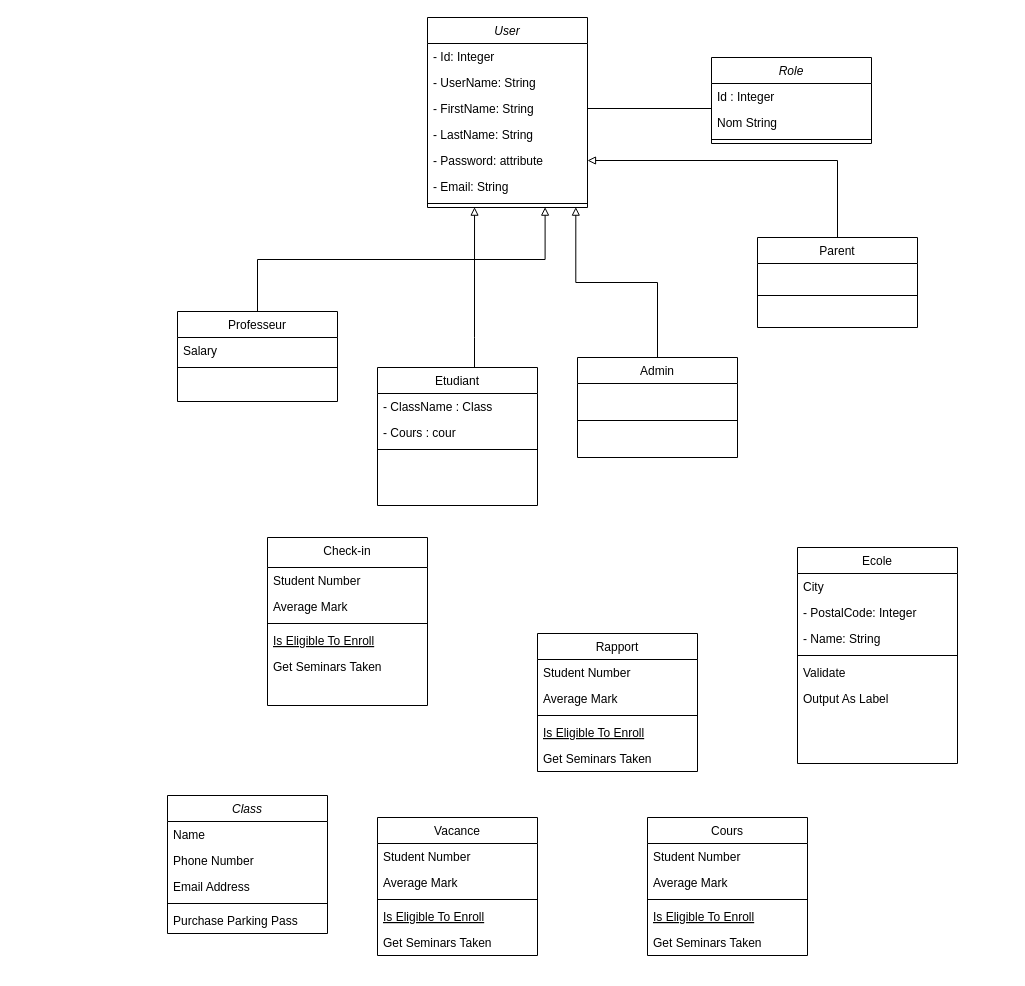
This is Untitled Diagram.drawio from Ossama1994/Fill_Rouge_2-me_Ann-e, a draw.io file, before an edit. Source tidied: cells renumbered, new cells numbered last; positions are measured from the earlier drawing's top-left corner, leaving out a move shared by most shapes. Both pictures are drawn from the tidied source at 100%, with x=0, y=0 at pixel (167, 17).
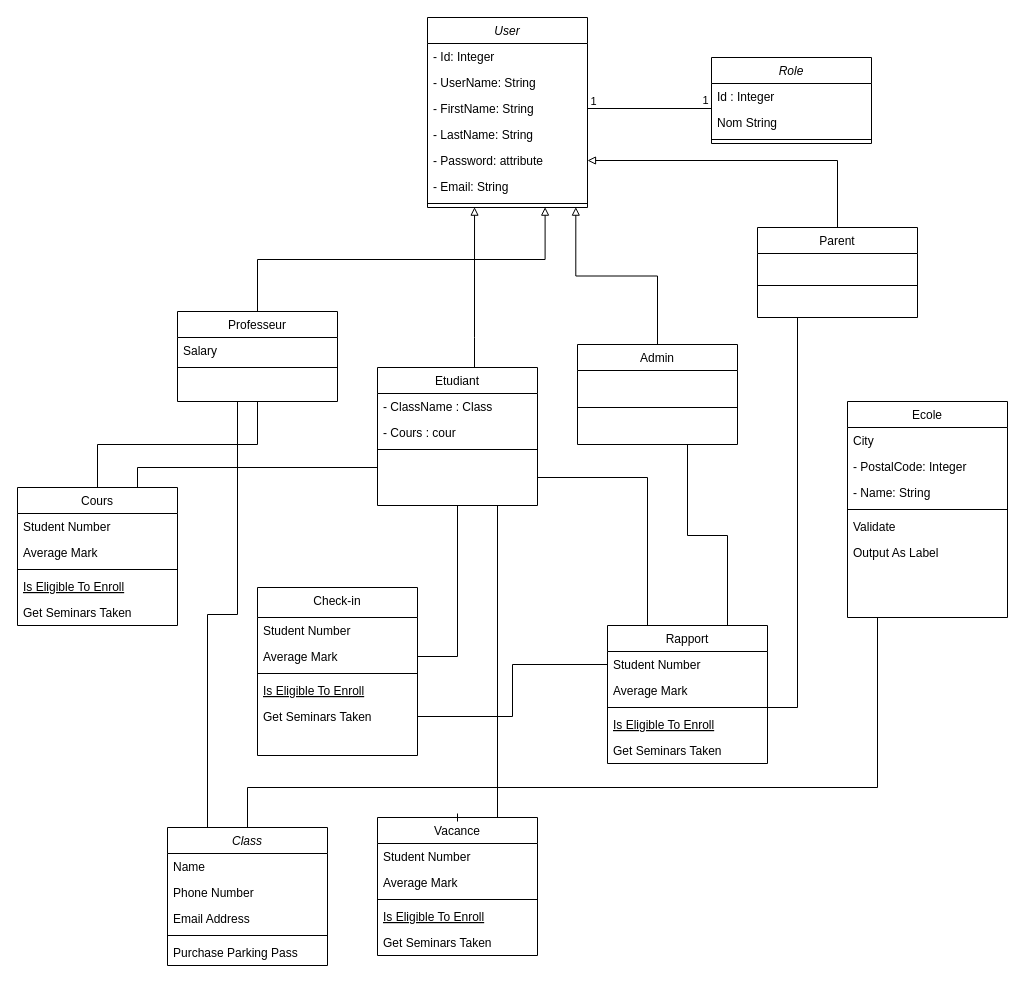
The same page after the edit.

Unchanged cells that the change refers to:
```xml
<mxCell id="9" value="Etudiant" style="swimlane;fontStyle=0;align=center;verticalAlign=top;horizontal=1;startSize=26;rounded=0;shadow=0;strokeWidth=1;" parent="1" vertex="1">
  <mxGeometry x="210" y="350" width="160" height="138" as="geometry" />
</mxCell>
<mxCell id="14" value="Professeur" style="swimlane;fontStyle=0;align=center;verticalAlign=top;horizontal=1;startSize=26;rounded=0;shadow=0;strokeWidth=1;" parent="1" vertex="1">
  <mxGeometry x="10" y="294" width="160" height="90" as="geometry" />
</mxCell>
<mxCell id="31" value="Student Number" style="text;align=left;verticalAlign=top;spacingLeft=4;spacingRight=4;overflow=hidden;points=[[0,0.5],[1,0.5]];portConstraint=eastwest;" parent="30" vertex="1">
  <mxGeometry y="26" width="160" height="26" as="geometry" />
</mxCell>
<mxCell id="33" style="line;html=1;strokeWidth=1;align=left;verticalAlign=middle;spacingTop=-1;spacingLeft=3;spacingRight=3;labelPosition=right;points=[];portConstraint=eastwest;" parent="30" vertex="1">
  <mxGeometry y="78" width="160" height="8" as="geometry" />
</mxCell>
<mxCell id="36" value="Vacance" style="swimlane;fontStyle=0;align=center;verticalAlign=top;horizontal=1;startSize=26;rounded=0;shadow=0;strokeWidth=1;" parent="1" vertex="1">
  <mxGeometry x="210" y="800" width="160" height="138" as="geometry" />
</mxCell>
<mxCell id="56" style="edgeStyle=elbowEdgeStyle;rounded=0;jettySize=auto;html=1;entryX=1;entryY=0.5;entryDx=0;entryDy=0;endArrow=baseDash;endFill=0;elbow=vertical;jumpStyle=line;" parent="1" edge="1" source="57" target="45">
  <mxGeometry relative="1" as="geometry" />
</mxCell>
<mxCell id="63" value="Average Mark" style="text;align=left;verticalAlign=top;spacingLeft=4;spacingRight=4;overflow=hidden;points=[[0,0.5],[1,0.5]];portConstraint=eastwest;rounded=0;shadow=0;html=0;" parent="61" vertex="1">
  <mxGeometry y="56" width="160" height="26" as="geometry" />
</mxCell>
<mxCell id="66" value="Get Seminars Taken" style="text;align=left;verticalAlign=top;spacingLeft=4;spacingRight=4;overflow=hidden;points=[[0,0.5],[1,0.5]];portConstraint=eastwest;" parent="61" vertex="1">
  <mxGeometry y="116" width="160" height="26" as="geometry" />
</mxCell>
```

What changed in the source:
```diff
@@
     <mxCell id="2" value="Class" style="swimlane;fontStyle=2;align=center;verticalAlign=top;horizontal=1;startSize=26;rounded=0;shadow=0;strokeWidth=1;" parent="1" vertex="1">
-      <mxGeometry y="778" width="160" height="138" as="geometry" />
+      <mxGeometry y="810" width="160" height="138" as="geometry" />
     </mxCell>
@@
+    <mxCell id="67" style="edgeStyle=orthogonalEdgeStyle;rounded=0;jettySize=auto;html=1;endArrow=baseDash;endFill=0;" parent="1" edge="1" source="9" target="63">
+      <mxGeometry relative="1" as="geometry" />
+    </mxCell>
+    <mxCell id="68" style="edgeStyle=orthogonalEdgeStyle;rounded=0;jettySize=auto;html=1;entryX=0.75;entryY=0;entryDx=0;entryDy=0;endArrow=baseDash;endFill=0;" parent="1" edge="1" source="9" target="24">
+      <mxGeometry relative="1" as="geometry">
+        <Array as="points">
+          <mxPoint x="-30" y="450" />
+        </Array>
+      </mxGeometry>
+    </mxCell>
+    <mxCell id="69" style="edgeStyle=orthogonalEdgeStyle;rounded=0;jettySize=auto;html=1;entryX=0.25;entryY=0;entryDx=0;entryDy=0;endArrow=baseDash;endFill=0;" parent="1" edge="1" source="9" target="30">
+      <mxGeometry relative="1" as="geometry">
+        <Array as="points">
+          <mxPoint x="480" y="460" />
+        </Array>
+      </mxGeometry>
+    </mxCell>
@@
+    <mxCell id="70" style="edgeStyle=orthogonalEdgeStyle;rounded=0;jettySize=auto;html=1;entryX=0.5;entryY=0;entryDx=0;entryDy=0;endArrow=baseDash;endFill=0;" parent="1" edge="1" source="14" target="24">
+      <mxGeometry relative="1" as="geometry" />
+    </mxCell>
+    <mxCell id="71" style="edgeStyle=orthogonalEdgeStyle;rounded=0;jettySize=auto;html=1;entryX=0.25;entryY=0;entryDx=0;entryDy=0;endArrow=baseDash;endFill=0;" parent="1" edge="1" source="14" target="2">
+      <mxGeometry relative="1" as="geometry">
+        <Array as="points">
+          <mxPoint x="70" y="597" />
+          <mxPoint x="40" y="597" />
+        </Array>
+      </mxGeometry>
+    </mxCell>
@@
+    <mxCell id="72" style="edgeStyle=orthogonalEdgeStyle;rounded=0;jettySize=auto;html=1;endArrow=baseDash;endFill=0;" parent="1" edge="1" source="17" target="2">
+      <mxGeometry relative="1" as="geometry">
+        <Array as="points">
+          <mxPoint x="710" y="770" />
+          <mxPoint x="80" y="770" />
+        </Array>
+      </mxGeometry>
+    </mxCell>
     <mxCell id="17" value="Ecole" style="swimlane;fontStyle=0;align=center;verticalAlign=top;horizontal=1;startSize=26;rounded=0;shadow=0;strokeWidth=1;" parent="1" vertex="1">
-      <mxGeometry x="630" y="530" width="160" height="216" as="geometry" />
+      <mxGeometry x="680" y="384" width="160" height="216" as="geometry" />
     </mxCell>
@@
     <mxCell id="24" value="Cours" style="swimlane;fontStyle=0;align=center;verticalAlign=top;horizontal=1;startSize=26;rounded=0;shadow=0;strokeWidth=1;" parent="1" vertex="1">
-      <mxGeometry x="480" y="800" width="160" height="138" as="geometry" />
+      <mxGeometry x="-150" y="470" width="160" height="138" as="geometry" />
     </mxCell>
@@
     <mxCell id="30" value="Rapport" style="swimlane;fontStyle=0;align=center;verticalAlign=top;horizontal=1;startSize=26;rounded=0;shadow=0;strokeWidth=1;" parent="1" vertex="1">
-      <mxGeometry x="370" y="616" width="160" height="138" as="geometry" />
+      <mxGeometry x="440" y="608" width="160" height="138" as="geometry" />
     </mxCell>
@@
+    <mxCell id="73" style="edgeStyle=orthogonalEdgeStyle;rounded=0;jettySize=auto;html=1;entryX=0.75;entryY=0;entryDx=0;entryDy=0;endArrow=baseDash;endFill=0;" parent="1" edge="1" source="51" target="30">
+      <mxGeometry relative="1" as="geometry">
+        <Array as="points">
+          <mxPoint x="520" y="518" />
+          <mxPoint x="560" y="518" />
+        </Array>
+      </mxGeometry>
+    </mxCell>
     <mxCell id="51" value="Admin" style="swimlane;fontStyle=0;align=center;verticalAlign=top;horizontal=1;startSize=26;rounded=0;shadow=0;strokeWidth=1;" parent="1" vertex="1">
-      <mxGeometry x="410" y="340" width="160" height="100" as="geometry" />
+      <mxGeometry x="410" y="327" width="160" height="100" as="geometry" />
     </mxCell>
@@
     <mxCell id="54" value="Parent" style="swimlane;fontStyle=0;align=center;verticalAlign=top;horizontal=1;startSize=26;rounded=0;shadow=0;strokeWidth=1;" parent="1" vertex="1">
-      <mxGeometry x="590" y="220" width="160" height="90" as="geometry" />
+      <mxGeometry x="590" y="210" width="160" height="90" as="geometry" />
     </mxCell>
@@
+    <mxCell id="74" value="1" style="edgeLabel;html=1;align=center;verticalAlign=middle;" parent="56" vertex="1">
+      <mxGeometry x="-0.73" relative="1" as="geometry">
+        <mxPoint x="10" y="-9" as="offset" />
+      </mxGeometry>
+    </mxCell>
+    <mxCell id="75" value="1" style="edgeLabel;html=1;align=center;verticalAlign=middle;" parent="56" vertex="1">
+      <mxGeometry x="0.71" relative="1" as="geometry">
+        <mxPoint x="-13" y="-8" as="offset" />
+      </mxGeometry>
+    </mxCell>
@@
     <mxCell id="61" value="Check-in" style="swimlane;fontStyle=0;align=center;verticalAlign=top;horizontal=1;startSize=30;rounded=0;shadow=0;strokeWidth=1;" parent="1" vertex="1">
-      <mxGeometry x="100" y="520" width="160" height="168" as="geometry" />
+      <mxGeometry x="90" y="570" width="160" height="168" as="geometry" />
     </mxCell>
@@
+    <mxCell id="76" style="edgeStyle=orthogonalEdgeStyle;rounded=0;jettySize=auto;html=1;entryX=0.5;entryY=0;entryDx=0;entryDy=0;endArrow=baseDash;endFill=0;exitX=0.75;exitY=1;exitDx=0;exitDy=0;" parent="1" edge="1" source="9" target="36">
+      <mxGeometry relative="1" as="geometry">
+        <Array as="points">
+          <mxPoint x="330" y="800" />
+        </Array>
+      </mxGeometry>
+    </mxCell>
+    <mxCell id="77" style="edgeStyle=orthogonalEdgeStyle;rounded=0;jettySize=auto;html=1;endArrow=baseDash;endFill=0;entryX=0.25;entryY=1;entryDx=0;entryDy=0;" parent="1" edge="1" source="33" target="54">
+      <mxGeometry relative="1" as="geometry" />
+    </mxCell>
+    <mxCell id="78" style="edgeStyle=orthogonalEdgeStyle;rounded=0;jettySize=auto;html=1;entryX=0;entryY=0.5;entryDx=0;entryDy=0;endArrow=baseDash;endFill=0;" parent="1" edge="1" source="66" target="31">
+      <mxGeometry relative="1" as="geometry" />
+    </mxCell>
```
